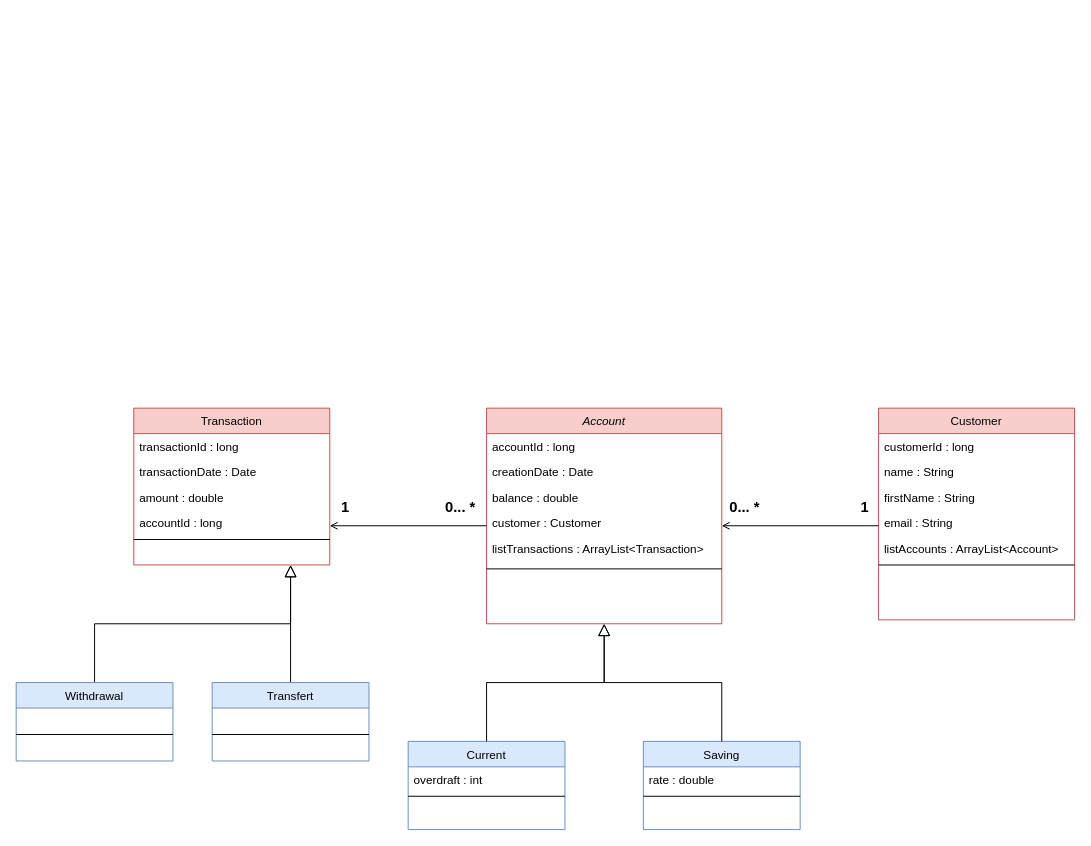
The draw.io diagram docs/diagrammes/Diagramme_de_classe.drawio in Arthur40480/TP_Bank, before the edit. Source tidied: cells renumbered, new cells numbered last; positions are measured from the earlier drawing's top-left corner, leaving out a move shared by most shapes. Both pictures are drawn from the tidied source at 98%, with x=0, y=0 at pixel (16, 408).
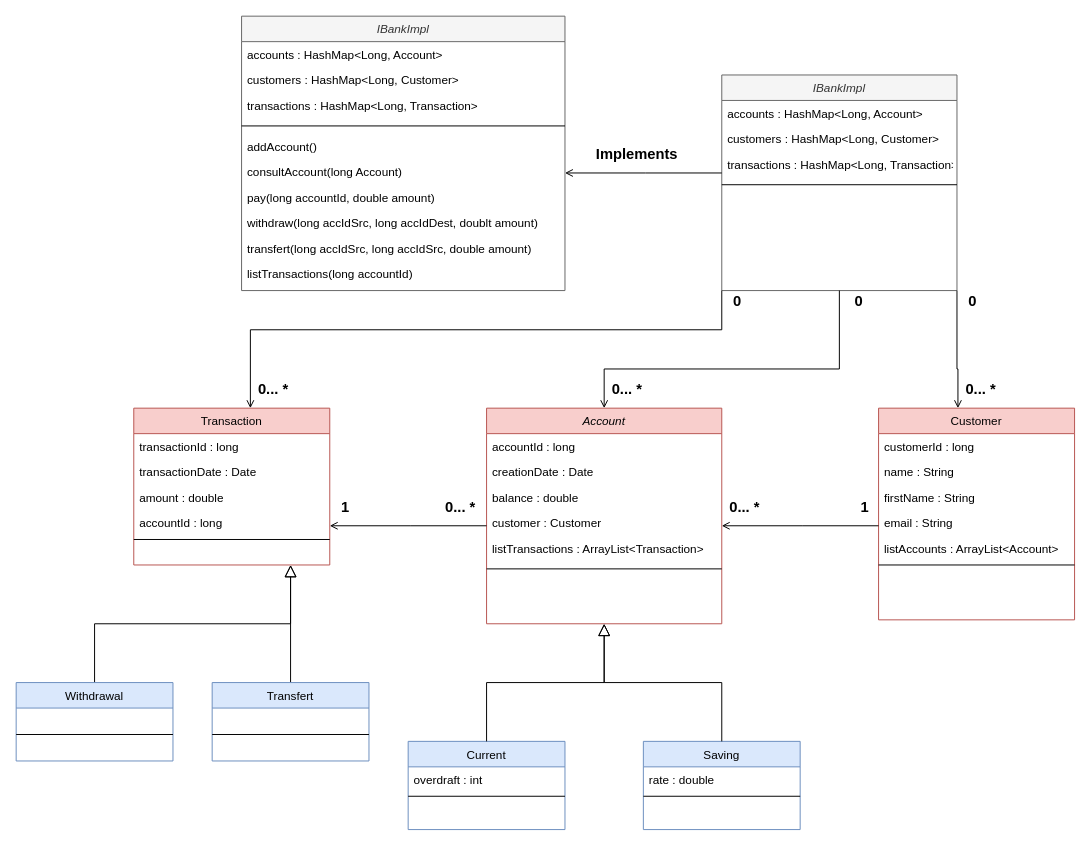
Above is the later version.

Commit message (it also covers changes not shown here):
Modification du diagramme de classe

Unchanged cells that the change refers to:
```xml
<mxCell id="2" value="Account" style="swimlane;fontStyle=2;align=center;verticalAlign=top;horizontal=1;startSize=26;rounded=0;shadow=0;strokeWidth=1;fillColor=#f8cecc;strokeColor=#b85450;" parent="1" vertex="1">
  <mxGeometry x="480" width="240" height="220" as="geometry" />
</mxCell>
<mxCell id="17" value="Customer" style="swimlane;fontStyle=0;align=center;verticalAlign=top;horizontal=1;startSize=26;rounded=0;shadow=0;strokeWidth=1;fillColor=#f8cecc;strokeColor=#b85450;" parent="1" vertex="1">
  <mxGeometry x="880" width="200" height="216" as="geometry" />
</mxCell>
```

The edit, as a diff of the source:
```diff
@@
+    <mxCell id="42" value="IBankImpl" style="swimlane;fontStyle=2;align=center;verticalAlign=top;horizontal=1;startSize=26;rounded=0;shadow=0;strokeWidth=1;fillColor=#f5f5f5;strokeColor=#666666;fontColor=#333333;" parent="1" vertex="1">
+      <mxGeometry x="720" y="-340" width="240" height="220" as="geometry" />
+    </mxCell>
+    <mxCell id="43" value="accounts : HashMap&lt;Long, Account&gt;" style="text;align=left;verticalAlign=top;spacingLeft=4;spacingRight=4;overflow=hidden;" parent="42" vertex="1">
+      <mxGeometry y="26" width="240" height="26" as="geometry" />
+    </mxCell>
+    <mxCell id="44" value="customers : HashMap&lt;Long, Customer&gt;" style="text;align=left;verticalAlign=top;spacingLeft=4;spacingRight=4;overflow=hidden;rounded=0;shadow=0;html=0;" parent="42" vertex="1">
+      <mxGeometry y="52" width="240" height="26" as="geometry" />
+    </mxCell>
+    <mxCell id="45" value="transactions : HashMap&lt;Long, Transaction&gt;" style="text;align=left;verticalAlign=top;spacingLeft=4;spacingRight=4;overflow=hidden;rounded=0;shadow=0;html=0;" parent="42" vertex="1">
+      <mxGeometry y="78" width="240" height="26" as="geometry" />
+    </mxCell>
+    <mxCell id="46" style="line;html=1;strokeWidth=1;align=left;verticalAlign=middle;spacingTop=-1;spacingLeft=3;spacingRight=3;labelPosition=right;" parent="42" vertex="1">
+      <mxGeometry y="104" width="240" height="16" as="geometry" />
+    </mxCell>
+    <mxCell id="47" value="IBankImpl" style="swimlane;fontStyle=2;align=center;verticalAlign=top;horizontal=1;startSize=26;rounded=0;shadow=0;strokeWidth=1;fillColor=#f5f5f5;strokeColor=#666666;fontColor=#333333;" parent="1" vertex="1">
+      <mxGeometry x="230" y="-400" width="330" height="280" as="geometry" />
+    </mxCell>
+    <mxCell id="48" value="accounts : HashMap&lt;Long, Account&gt;" style="text;align=left;verticalAlign=top;spacingLeft=4;spacingRight=4;overflow=hidden;" parent="47" vertex="1">
+      <mxGeometry y="26" width="330" height="26" as="geometry" />
+    </mxCell>
+    <mxCell id="49" value="customers : HashMap&lt;Long, Customer&gt;" style="text;align=left;verticalAlign=top;spacingLeft=4;spacingRight=4;overflow=hidden;rounded=0;shadow=0;html=0;" parent="47" vertex="1">
+      <mxGeometry y="52" width="330" height="26" as="geometry" />
+    </mxCell>
+    <mxCell id="50" value="transactions : HashMap&lt;Long, Transaction&gt;" style="text;align=left;verticalAlign=top;spacingLeft=4;spacingRight=4;overflow=hidden;rounded=0;shadow=0;html=0;" parent="47" vertex="1">
+      <mxGeometry y="78" width="330" height="26" as="geometry" />
+    </mxCell>
+    <mxCell id="51" style="line;html=1;strokeWidth=1;align=left;verticalAlign=middle;spacingTop=-1;spacingLeft=3;spacingRight=3;labelPosition=right;" parent="47" vertex="1">
+      <mxGeometry y="104" width="330" height="16" as="geometry" />
+    </mxCell>
+    <mxCell id="52" value="addAccount()" style="text;align=left;verticalAlign=top;spacingLeft=4;spacingRight=4;overflow=hidden;rounded=0;shadow=0;html=0;" parent="47" vertex="1">
+      <mxGeometry y="120" width="330" height="26" as="geometry" />
+    </mxCell>
+    <mxCell id="53" value="consultAccount(long Account)&#10;" style="text;align=left;verticalAlign=top;spacingLeft=4;spacingRight=4;overflow=hidden;rounded=0;shadow=0;html=0;" parent="47" vertex="1">
+      <mxGeometry y="146" width="330" height="26" as="geometry" />
+    </mxCell>
+    <mxCell id="54" value="pay(long accountId, double amount)" style="text;align=left;verticalAlign=top;spacingLeft=4;spacingRight=4;overflow=hidden;rounded=0;shadow=0;html=0;" parent="47" vertex="1">
+      <mxGeometry y="172" width="330" height="26" as="geometry" />
+    </mxCell>
+    <mxCell id="55" value="withdraw(long accIdSrc, long accIdDest, doublt amount)" style="text;align=left;verticalAlign=top;spacingLeft=4;spacingRight=4;overflow=hidden;rounded=0;shadow=0;html=0;" parent="47" vertex="1">
+      <mxGeometry y="198" width="330" height="26" as="geometry" />
+    </mxCell>
+    <mxCell id="56" value="transfert(long accIdSrc, long accIdSrc, double amount)" style="text;align=left;verticalAlign=top;spacingLeft=4;spacingRight=4;overflow=hidden;rounded=0;shadow=0;html=0;" parent="47" vertex="1">
+      <mxGeometry y="224" width="330" height="26" as="geometry" />
+    </mxCell>
+    <mxCell id="57" value="listTransactions(long accountId)" style="text;align=left;verticalAlign=top;spacingLeft=4;spacingRight=4;overflow=hidden;rounded=0;shadow=0;html=0;" parent="47" vertex="1">
+      <mxGeometry y="250" width="330" height="26" as="geometry" />
+    </mxCell>
+    <mxCell id="58" style="endArrow=open;shadow=0;strokeWidth=1;rounded=0;endFill=1;edgeStyle=elbowEdgeStyle;elbow=vertical;exitX=-0.01;exitY=0.231;exitDx=0;exitDy=0;exitPerimeter=0;" parent="1" edge="1">
+      <mxGeometry x="0.5" y="41" relative="1" as="geometry">
+        <mxPoint x="720" y="-240" as="sourcePoint" />
+        <mxPoint x="560" y="-240" as="targetPoint" />
+        <Array as="points">
+          <mxPoint x="642" y="-240" />
+        </Array>
+        <mxPoint x="-40" y="32" as="offset" />
+      </mxGeometry>
+    </mxCell>
+    <mxCell id="59" value="Implements" style="align=left;verticalAlign=bottom;labelBackgroundColor=none;fontSize=15;fontStyle=1;" parent="58" vertex="1">
+      <mxGeometry x="-1" relative="1" as="geometry">
+        <mxPoint x="-130" y="-10" as="offset" />
+      </mxGeometry>
+    </mxCell>
+    <mxCell id="60" style="align=right;verticalAlign=bottom;labelBackgroundColor=none;fontSize=15;fontStyle=1;" parent="58" vertex="1">
+      <mxGeometry x="1" relative="1" as="geometry">
+        <mxPoint x="150" y="-10" as="offset" />
+      </mxGeometry>
+    </mxCell>
+    <mxCell id="61" style="endArrow=open;shadow=0;strokeWidth=1;rounded=0;endFill=1;edgeStyle=elbowEdgeStyle;elbow=vertical;exitX=0.5;exitY=1;exitDx=0;exitDy=0;entryX=0.5;entryY=0;entryDx=0;entryDy=0;" parent="1" edge="1" source="42" target="2">
+      <mxGeometry x="0.5" y="41" relative="1" as="geometry">
+        <Array as="points">
+          <mxPoint x="730" y="-40" />
+        </Array>
+        <mxPoint x="-40" y="32" as="offset" />
+      </mxGeometry>
+    </mxCell>
+    <mxCell id="62" value="0" style="align=left;verticalAlign=bottom;labelBackgroundColor=none;fontSize=15;fontStyle=1;" parent="61" vertex="1">
+      <mxGeometry x="-1" relative="1" as="geometry">
+        <mxPoint x="14" y="20" as="offset" />
+      </mxGeometry>
+    </mxCell>
+    <mxCell id="63" value="0... *" style="align=right;verticalAlign=bottom;labelBackgroundColor=none;fontSize=15;fontStyle=1;" parent="61" vertex="1">
+      <mxGeometry x="1" relative="1" as="geometry">
+        <mxPoint x="40" y="-10" as="offset" />
+      </mxGeometry>
+    </mxCell>
+    <mxCell id="64" style="endArrow=open;shadow=0;strokeWidth=1;rounded=0;endFill=1;edgeStyle=elbowEdgeStyle;elbow=vertical;exitX=0;exitY=1;exitDx=0;exitDy=0;" parent="1" edge="1" source="42">
+      <mxGeometry x="0.5" y="41" relative="1" as="geometry">
+        <mxPoint x="239" as="targetPoint" />
+        <Array as="points">
+          <mxPoint x="600" y="-80" />
+        </Array>
+        <mxPoint x="-40" y="32" as="offset" />
+      </mxGeometry>
+    </mxCell>
+    <mxCell id="65" value="0" style="align=left;verticalAlign=bottom;labelBackgroundColor=none;fontSize=15;fontStyle=1;" parent="64" vertex="1">
+      <mxGeometry x="-1" relative="1" as="geometry">
+        <mxPoint x="10" y="20" as="offset" />
+      </mxGeometry>
+    </mxCell>
+    <mxCell id="66" value="0... *" style="align=right;verticalAlign=bottom;labelBackgroundColor=none;fontSize=15;fontStyle=1;" parent="64" vertex="1">
+      <mxGeometry x="1" relative="1" as="geometry">
+        <mxPoint x="40" y="-10" as="offset" />
+      </mxGeometry>
+    </mxCell>
+    <mxCell id="67" style="endArrow=open;shadow=0;strokeWidth=1;rounded=0;endFill=1;edgeStyle=elbowEdgeStyle;elbow=vertical;exitX=0.5;exitY=1;exitDx=0;exitDy=0;entryX=0.405;entryY=0;entryDx=0;entryDy=0;entryPerimeter=0;" parent="1" edge="1" target="17">
+      <mxGeometry x="0.5" y="41" relative="1" as="geometry">
+        <mxPoint x="960" y="-120" as="sourcePoint" />
+        <Array as="points">
+          <mxPoint x="850" y="-40" />
+        </Array>
+        <mxPoint x="-40" y="32" as="offset" />
+      </mxGeometry>
+    </mxCell>
+    <mxCell id="68" value="0" style="align=left;verticalAlign=bottom;labelBackgroundColor=none;fontSize=15;fontStyle=1;" parent="67" vertex="1">
+      <mxGeometry x="-1" relative="1" as="geometry">
+        <mxPoint x="10" y="20" as="offset" />
+      </mxGeometry>
+    </mxCell>
+    <mxCell id="69" value="0... *" style="align=right;verticalAlign=bottom;labelBackgroundColor=none;fontSize=15;fontStyle=1;" parent="67" vertex="1">
+      <mxGeometry x="1" relative="1" as="geometry">
+        <mxPoint x="40" y="-10" as="offset" />
+      </mxGeometry>
+    </mxCell>
```
